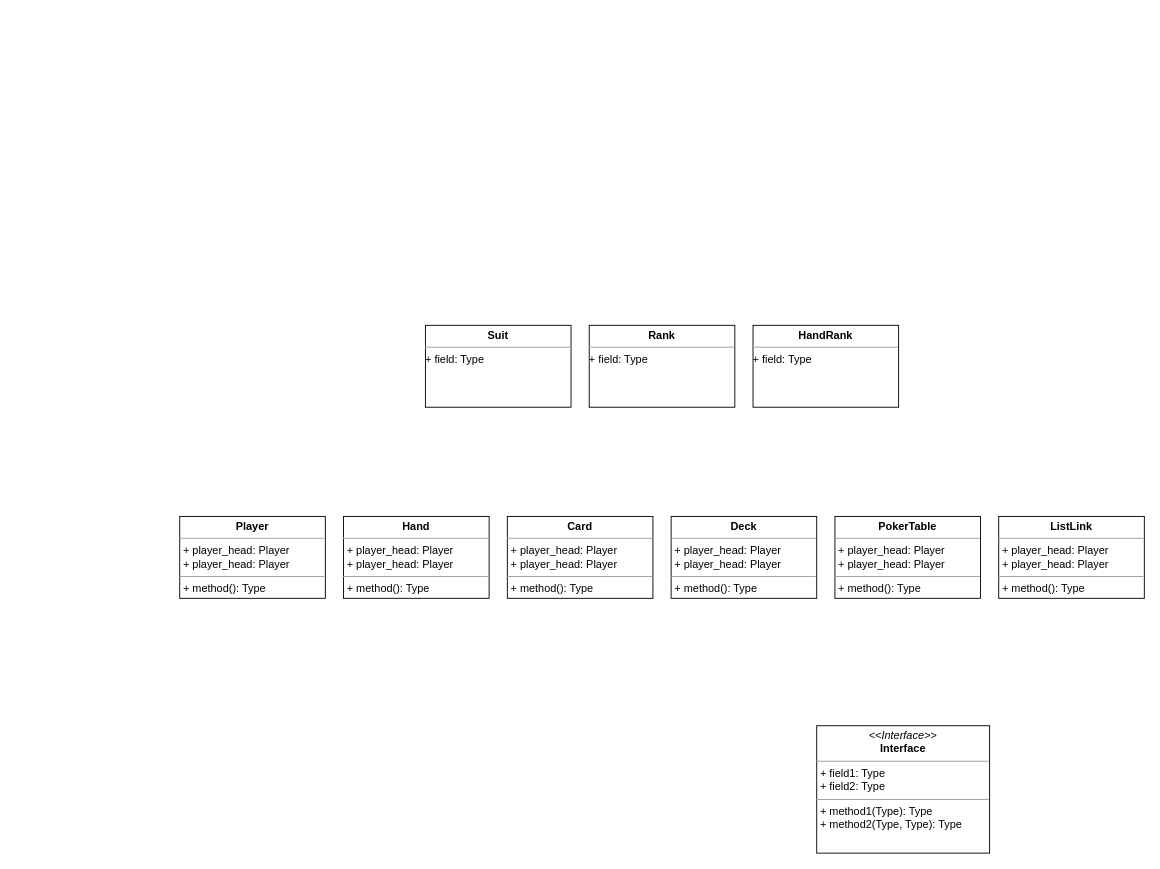
Before: poker-game.drawio in windx987/poker-games, a draw.io diagram. Source tidied: cells renumbered, new cells numbered last; positions are measured from the earlier drawing's top-left corner, leaving out a move shared by most shapes. Both pictures are drawn from the tidied source at 91%, with x=0, y=0 at pixel (179, 325).
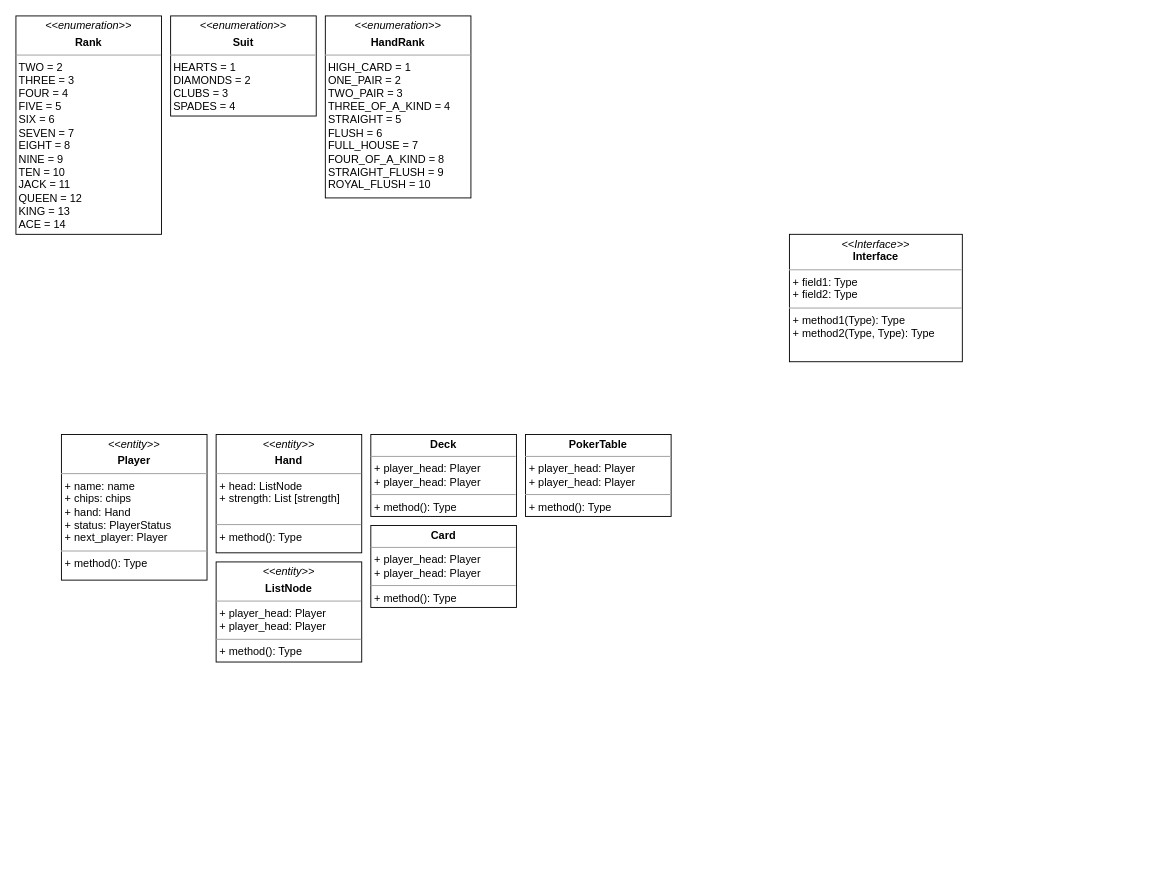
After the change.

The edit, as a diff of the source:
```diff
@@
 <mxGraphModel>
   <root>
     <mxCell id="0" />
     <mxCell id="1" parent="0" />
     <mxCell id="2" value="&lt;p style=&quot;margin:0px;margin-top:4px;text-align:center;&quot;&gt;&lt;i&gt;&amp;lt;&amp;lt;Interface&amp;gt;&amp;gt;&lt;/i&gt;&lt;br/&gt;&lt;b&gt;Interface&lt;/b&gt;&lt;/p&gt;&lt;hr size=&quot;1&quot;/&gt;&lt;p style=&quot;margin:0px;margin-left:4px;&quot;&gt;+ field1: Type&lt;br/&gt;+ field2: Type&lt;/p&gt;&lt;hr size=&quot;1&quot;/&gt;&lt;p style=&quot;margin:0px;margin-left:4px;&quot;&gt;+ method1(Type): Type&lt;br/&gt;+ method2(Type, Type): Type&lt;/p&gt;" style="verticalAlign=top;align=left;overflow=fill;fontSize=12;fontFamily=Helvetica;html=1;whiteSpace=wrap;" parent="1" vertex="1">
-      <mxGeometry x="700" y="440" width="190" height="140" as="geometry" />
+      <mxGeometry x="670" y="-100" width="190" height="140" as="geometry" />
     </mxCell>
     <mxCell id="3" value="&lt;p style=&quot;margin:0px;margin-top:4px;text-align:center;&quot;&gt;&lt;b&gt;PokerTable&lt;/b&gt;&lt;/p&gt;&lt;hr size=&quot;1&quot;&gt;&lt;p style=&quot;margin:0px;margin-left:4px;&quot;&gt;+ player_head: Player&lt;/p&gt;&lt;p style=&quot;margin:0px;margin-left:4px;&quot;&gt;+ player_head: Player&lt;br&gt;&lt;/p&gt;&lt;hr size=&quot;1&quot;&gt;&lt;p style=&quot;margin:0px;margin-left:4px;&quot;&gt;+ method(): Type&lt;/p&gt;" style="verticalAlign=top;align=left;overflow=fill;fontSize=12;fontFamily=Helvetica;html=1;whiteSpace=wrap;" parent="1" vertex="1">
-      <mxGeometry x="720" y="210" width="160" height="90" as="geometry" />
+      <mxGeometry x="380" y="120" width="160" height="90" as="geometry" />
     </mxCell>
-    <mxCell id="4" value="&lt;p style=&quot;margin:0px;margin-top:4px;text-align:center;&quot;&gt;&lt;b&gt;Player&lt;/b&gt;&lt;/p&gt;&lt;hr size=&quot;1&quot;&gt;&lt;p style=&quot;margin:0px;margin-left:4px;&quot;&gt;+ player_head: Player&lt;/p&gt;&lt;p style=&quot;margin:0px;margin-left:4px;&quot;&gt;+ player_head: Player&lt;br&gt;&lt;/p&gt;&lt;hr size=&quot;1&quot;&gt;&lt;p style=&quot;margin:0px;margin-left:4px;&quot;&gt;+ method(): Type&lt;/p&gt;" style="verticalAlign=top;align=left;overflow=fill;fontSize=12;fontFamily=Helvetica;html=1;whiteSpace=wrap;" parent="1" vertex="1">
-      <mxGeometry y="210" width="160" height="90" as="geometry" />
+    <mxCell id="4" value="&lt;p style=&quot;margin:0px;margin-top:4px;text-align:center;&quot;&gt;&lt;i style=&quot;border-color: var(--border-color);&quot;&gt;&amp;lt;&amp;lt;entity&amp;gt;&amp;gt;&lt;/i&gt;&lt;b style=&quot;&quot;&gt;&lt;br&gt;&lt;/b&gt;&lt;/p&gt;&lt;p style=&quot;margin:0px;margin-top:4px;text-align:center;&quot;&gt;&lt;b&gt;Player&lt;/b&gt;&lt;/p&gt;&lt;hr size=&quot;1&quot;&gt;&lt;p style=&quot;margin:0px;margin-left:4px;&quot;&gt;+ name: name&lt;/p&gt;&lt;p style=&quot;margin:0px;margin-left:4px;&quot;&gt;+ chips: chips&lt;br&gt;&lt;/p&gt;&lt;p style=&quot;margin:0px;margin-left:4px;&quot;&gt;+ hand: Hand&lt;br&gt;&lt;/p&gt;&lt;p style=&quot;margin:0px;margin-left:4px;&quot;&gt;+ status: PlayerStatus&lt;br&gt;&lt;/p&gt;&lt;p style=&quot;margin:0px;margin-left:4px;&quot;&gt;+ next_player: Player&lt;br&gt;&lt;/p&gt;&lt;hr size=&quot;1&quot;&gt;&lt;p style=&quot;margin:0px;margin-left:4px;&quot;&gt;+ method(): Type&lt;/p&gt;" style="verticalAlign=top;align=left;overflow=fill;fontSize=12;fontFamily=Helvetica;html=1;whiteSpace=wrap;" parent="1" vertex="1">
+      <mxGeometry x="-130" y="120" width="160" height="160" as="geometry" />
     </mxCell>
     <mxCell id="5" value="&lt;p style=&quot;margin:0px;margin-top:4px;text-align:center;&quot;&gt;&lt;b&gt;Deck&lt;/b&gt;&lt;/p&gt;&lt;hr size=&quot;1&quot;&gt;&lt;p style=&quot;margin:0px;margin-left:4px;&quot;&gt;+ player_head: Player&lt;/p&gt;&lt;p style=&quot;margin:0px;margin-left:4px;&quot;&gt;+ player_head: Player&lt;br&gt;&lt;/p&gt;&lt;hr size=&quot;1&quot;&gt;&lt;p style=&quot;margin:0px;margin-left:4px;&quot;&gt;+ method(): Type&lt;/p&gt;" style="verticalAlign=top;align=left;overflow=fill;fontSize=12;fontFamily=Helvetica;html=1;whiteSpace=wrap;" parent="1" vertex="1">
-      <mxGeometry x="540" y="210" width="160" height="90" as="geometry" />
+      <mxGeometry x="210" y="120" width="160" height="90" as="geometry" />
     </mxCell>
     <mxCell id="6" value="&lt;p style=&quot;margin:0px;margin-top:4px;text-align:center;&quot;&gt;&lt;b&gt;Card&lt;/b&gt;&lt;/p&gt;&lt;hr size=&quot;1&quot;&gt;&lt;p style=&quot;margin:0px;margin-left:4px;&quot;&gt;+ player_head: Player&lt;/p&gt;&lt;p style=&quot;margin:0px;margin-left:4px;&quot;&gt;+ player_head: Player&lt;br&gt;&lt;/p&gt;&lt;hr size=&quot;1&quot;&gt;&lt;p style=&quot;margin:0px;margin-left:4px;&quot;&gt;+ method(): Type&lt;/p&gt;" style="verticalAlign=top;align=left;overflow=fill;fontSize=12;fontFamily=Helvetica;html=1;whiteSpace=wrap;" parent="1" vertex="1">
-      <mxGeometry x="360" y="210" width="160" height="90" as="geometry" />
+      <mxGeometry x="210" y="220" width="160" height="90" as="geometry" />
     </mxCell>
-    <mxCell id="7" value="&lt;p style=&quot;margin:0px;margin-top:4px;text-align:center;&quot;&gt;&lt;b&gt;Rank&lt;/b&gt;&lt;/p&gt;&lt;hr size=&quot;1&quot;&gt;&lt;p style=&quot;margin:0px;margin-left:4px;&quot;&gt;&lt;/p&gt;+ field: Type" style="verticalAlign=top;align=left;overflow=fill;fontSize=12;fontFamily=Helvetica;html=1;whiteSpace=wrap;" parent="1" vertex="1">
-      <mxGeometry x="450" width="160" height="90" as="geometry" />
-    </mxCell>
-    <mxCell id="8" style="edgeStyle=orthogonalEdgeStyle;rounded=0;orthogonalLoop=1;jettySize=auto;html=1;exitX=0.5;exitY=1;exitDx=0;exitDy=0;" parent="1" edge="1" source="7" target="7">
-      <mxGeometry relative="1" as="geometry" />
+    <mxCell id="8" style="edgeStyle=orthogonalEdgeStyle;rounded=0;orthogonalLoop=1;jettySize=auto;html=1;exitX=0.5;exitY=1;exitDx=0;exitDy=0;" parent="1" edge="1">
+      <mxGeometry relative="1" as="geometry">
+        <mxPoint x="110" y="-190" as="sourcePoint" />
+        <mxPoint x="110" y="-190" as="targetPoint" />
+      </mxGeometry>
     </mxCell>
-    <mxCell id="9" value="&lt;p style=&quot;margin:0px;margin-top:4px;text-align:center;&quot;&gt;&lt;b&gt;Suit&lt;/b&gt;&lt;/p&gt;&lt;hr size=&quot;1&quot;&gt;&lt;p style=&quot;margin:0px;margin-left:4px;&quot;&gt;&lt;/p&gt;+ field: Type" style="verticalAlign=top;align=left;overflow=fill;fontSize=12;fontFamily=Helvetica;html=1;whiteSpace=wrap;" parent="1" vertex="1">
-      <mxGeometry x="270" width="160" height="90" as="geometry" />
+    <mxCell id="9" value="&lt;p style=&quot;margin:0px;margin-top:4px;text-align:center;&quot;&gt;&lt;i style=&quot;border-color: var(--border-color);&quot;&gt;&amp;lt;&amp;lt;enumeration&amp;gt;&amp;gt;&lt;/i&gt;&lt;b style=&quot;&quot;&gt;&lt;br&gt;&lt;/b&gt;&lt;/p&gt;&lt;p style=&quot;margin:0px;margin-top:4px;text-align:center;&quot;&gt;&lt;b&gt;Rank&lt;/b&gt;&lt;/p&gt;&lt;hr size=&quot;1&quot;&gt;&amp;nbsp;TWO = 2&lt;br&gt;&amp;nbsp;THREE = 3&lt;br&gt;&amp;nbsp;FOUR = 4&lt;br&gt;&amp;nbsp;FIVE = 5&lt;br&gt;&amp;nbsp;SIX = 6&lt;br&gt;&amp;nbsp;SEVEN = 7&lt;br&gt;&amp;nbsp;EIGHT = 8&lt;br&gt;&amp;nbsp;NINE = 9&lt;br&gt;&amp;nbsp;TEN = 10&lt;br&gt;&amp;nbsp;JACK = 11&lt;br&gt;&amp;nbsp;QUEEN = 12&lt;br&gt;&amp;nbsp;KING = 13&lt;br&gt;&amp;nbsp;ACE = 14&lt;br&gt;&lt;br&gt;&lt;p style=&quot;margin:0px;margin-left:4px;&quot;&gt;&lt;/p&gt;" style="verticalAlign=top;align=left;overflow=fill;fontSize=12;fontFamily=Helvetica;html=1;whiteSpace=wrap;" parent="1" vertex="1">
+      <mxGeometry x="-180" y="-340" width="160" height="240" as="geometry" />
     </mxCell>
-    <mxCell id="10" value="&lt;p style=&quot;margin:0px;margin-top:4px;text-align:center;&quot;&gt;&lt;b&gt;HandRank&lt;/b&gt;&lt;/p&gt;&lt;hr size=&quot;1&quot;&gt;&lt;p style=&quot;margin:0px;margin-left:4px;&quot;&gt;&lt;/p&gt;+ field: Type" style="verticalAlign=top;align=left;overflow=fill;fontSize=12;fontFamily=Helvetica;html=1;whiteSpace=wrap;" parent="1" vertex="1">
-      <mxGeometry x="630" width="160" height="90" as="geometry" />
-    </mxCell>
-    <mxCell id="11" value="&lt;p style=&quot;margin:0px;margin-top:4px;text-align:center;&quot;&gt;&lt;b&gt;ListLink&lt;/b&gt;&lt;/p&gt;&lt;hr size=&quot;1&quot;&gt;&lt;p style=&quot;margin:0px;margin-left:4px;&quot;&gt;+ player_head: Player&lt;/p&gt;&lt;p style=&quot;margin:0px;margin-left:4px;&quot;&gt;+ player_head: Player&lt;br&gt;&lt;/p&gt;&lt;hr size=&quot;1&quot;&gt;&lt;p style=&quot;margin:0px;margin-left:4px;&quot;&gt;+ method(): Type&lt;/p&gt;" style="verticalAlign=top;align=left;overflow=fill;fontSize=12;fontFamily=Helvetica;html=1;whiteSpace=wrap;" parent="1" vertex="1">
-      <mxGeometry x="900" y="210" width="160" height="90" as="geometry" />
+    <mxCell id="11" value="&lt;p style=&quot;margin:0px;margin-top:4px;text-align:center;&quot;&gt;&lt;i style=&quot;border-color: var(--border-color);&quot;&gt;&amp;lt;&amp;lt;entity&amp;gt;&amp;gt;&lt;/i&gt;&lt;b style=&quot;&quot;&gt;&lt;br&gt;&lt;/b&gt;&lt;/p&gt;&lt;p style=&quot;margin:0px;margin-top:4px;text-align:center;&quot;&gt;&lt;b&gt;ListNode&lt;/b&gt;&lt;/p&gt;&lt;hr size=&quot;1&quot;&gt;&lt;p style=&quot;margin:0px;margin-left:4px;&quot;&gt;+ player_head: Player&lt;/p&gt;&lt;p style=&quot;margin:0px;margin-left:4px;&quot;&gt;+ player_head: Player&lt;br&gt;&lt;/p&gt;&lt;hr size=&quot;1&quot;&gt;&lt;p style=&quot;margin:0px;margin-left:4px;&quot;&gt;+ method(): Type&lt;/p&gt;" style="verticalAlign=top;align=left;overflow=fill;fontSize=12;fontFamily=Helvetica;html=1;whiteSpace=wrap;" parent="1" vertex="1">
+      <mxGeometry x="40" y="260" width="160" height="110" as="geometry" />
     </mxCell>
-    <mxCell id="12" value="&lt;p style=&quot;margin:0px;margin-top:4px;text-align:center;&quot;&gt;&lt;b&gt;Hand&lt;/b&gt;&lt;/p&gt;&lt;hr size=&quot;1&quot;&gt;&lt;p style=&quot;margin:0px;margin-left:4px;&quot;&gt;+ player_head: Player&lt;/p&gt;&lt;p style=&quot;margin:0px;margin-left:4px;&quot;&gt;+ player_head: Player&lt;br&gt;&lt;/p&gt;&lt;hr size=&quot;1&quot;&gt;&lt;p style=&quot;margin:0px;margin-left:4px;&quot;&gt;+ method(): Type&lt;/p&gt;" style="verticalAlign=top;align=left;overflow=fill;fontSize=12;fontFamily=Helvetica;html=1;whiteSpace=wrap;" parent="1" vertex="1">
-      <mxGeometry x="180" y="210" width="160" height="90" as="geometry" />
+    <mxCell id="12" value="&lt;p style=&quot;margin:0px;margin-top:4px;text-align:center;&quot;&gt;&lt;i style=&quot;border-color: var(--border-color);&quot;&gt;&amp;lt;&amp;lt;entity&amp;gt;&amp;gt;&lt;/i&gt;&lt;b style=&quot;&quot;&gt;&lt;br&gt;&lt;/b&gt;&lt;/p&gt;&lt;p style=&quot;margin:0px;margin-top:4px;text-align:center;&quot;&gt;&lt;b&gt;Hand&lt;/b&gt;&lt;/p&gt;&lt;hr size=&quot;1&quot;&gt;&lt;p style=&quot;margin:0px;margin-left:4px;&quot;&gt;+ head: ListNode&lt;/p&gt;&lt;p style=&quot;margin: 0px 0px 0px 4px;&quot;&gt;+ strength: List [strength]&lt;/p&gt;&lt;br&gt;&lt;hr size=&quot;1&quot;&gt;&lt;p style=&quot;margin:0px;margin-left:4px;&quot;&gt;+ method(): Type&lt;/p&gt;" style="verticalAlign=top;align=left;overflow=fill;fontSize=12;fontFamily=Helvetica;html=1;whiteSpace=wrap;" parent="1" vertex="1">
+      <mxGeometry x="40" y="120" width="160" height="130" as="geometry" />
     </mxCell>
+    <mxCell id="13" value="&lt;p style=&quot;margin:0px;margin-top:4px;text-align:center;&quot;&gt;&lt;i style=&quot;border-color: var(--border-color);&quot;&gt;&amp;lt;&amp;lt;enumeration&amp;gt;&amp;gt;&lt;/i&gt;&lt;b style=&quot;&quot;&gt;&lt;br&gt;&lt;/b&gt;&lt;/p&gt;&lt;p style=&quot;margin:0px;margin-top:4px;text-align:center;&quot;&gt;&lt;b&gt;Suit&lt;/b&gt;&lt;/p&gt;&lt;hr size=&quot;1&quot;&gt;&amp;nbsp;HEARTS = 1&lt;br style=&quot;border-color: var(--border-color);&quot;&gt;&amp;nbsp;DIAMONDS = 2&lt;br style=&quot;border-color: var(--border-color);&quot;&gt;&amp;nbsp;CLUBS = 3&lt;br style=&quot;border-color: var(--border-color);&quot;&gt;&amp;nbsp;SPADES = 4&lt;br&gt;&lt;br&gt;&lt;br&gt;&lt;p style=&quot;margin:0px;margin-left:4px;&quot;&gt;&lt;/p&gt;" style="verticalAlign=top;align=left;overflow=fill;fontSize=12;fontFamily=Helvetica;html=1;whiteSpace=wrap;" parent="1" vertex="1">
+      <mxGeometry x="-10" y="-340" width="160" height="110" as="geometry" />
+    </mxCell>
+    <mxCell id="14" value="&lt;p style=&quot;margin:0px;margin-top:4px;text-align:center;&quot;&gt;&lt;i style=&quot;border-color: var(--border-color);&quot;&gt;&amp;lt;&amp;lt;enumeration&amp;gt;&amp;gt;&lt;/i&gt;&lt;b style=&quot;&quot;&gt;&lt;br&gt;&lt;/b&gt;&lt;/p&gt;&lt;p style=&quot;margin:0px;margin-top:4px;text-align:center;&quot;&gt;&lt;b style=&quot;border-color: var(--border-color);&quot;&gt;HandRank&lt;/b&gt;&lt;br&gt;&lt;/p&gt;&lt;hr size=&quot;1&quot;&gt;&amp;nbsp;HIGH_CARD = 1&lt;br style=&quot;border-color: var(--border-color);&quot;&gt;&amp;nbsp;ONE_PAIR = 2&lt;br style=&quot;border-color: var(--border-color);&quot;&gt;&amp;nbsp;TWO_PAIR = 3&lt;br style=&quot;border-color: var(--border-color);&quot;&gt;&amp;nbsp;THREE_OF_A_KIND = 4&lt;br&gt;&amp;nbsp;STRAIGHT = 5&lt;br&gt;&amp;nbsp;FLUSH = 6&lt;br&gt;&amp;nbsp;FULL_HOUSE = 7&lt;br&gt;&amp;nbsp;FOUR_OF_A_KIND = 8&lt;br style=&quot;border-color: var(--border-color);&quot;&gt;&amp;nbsp;STRAIGHT_FLUSH = 9&lt;br&gt;&amp;nbsp;ROYAL_FLUSH = 10&lt;br style=&quot;border-color: var(--border-color);&quot;&gt;&lt;p style=&quot;margin:0px;margin-left:4px;&quot;&gt;&lt;/p&gt;" style="verticalAlign=top;align=left;overflow=fill;fontSize=12;fontFamily=Helvetica;html=1;whiteSpace=wrap;" parent="1" vertex="1">
+      <mxGeometry x="160" y="-340" width="160" height="200" as="geometry" />
+    </mxCell>
   </root>
 </mxGraphModel>
```
